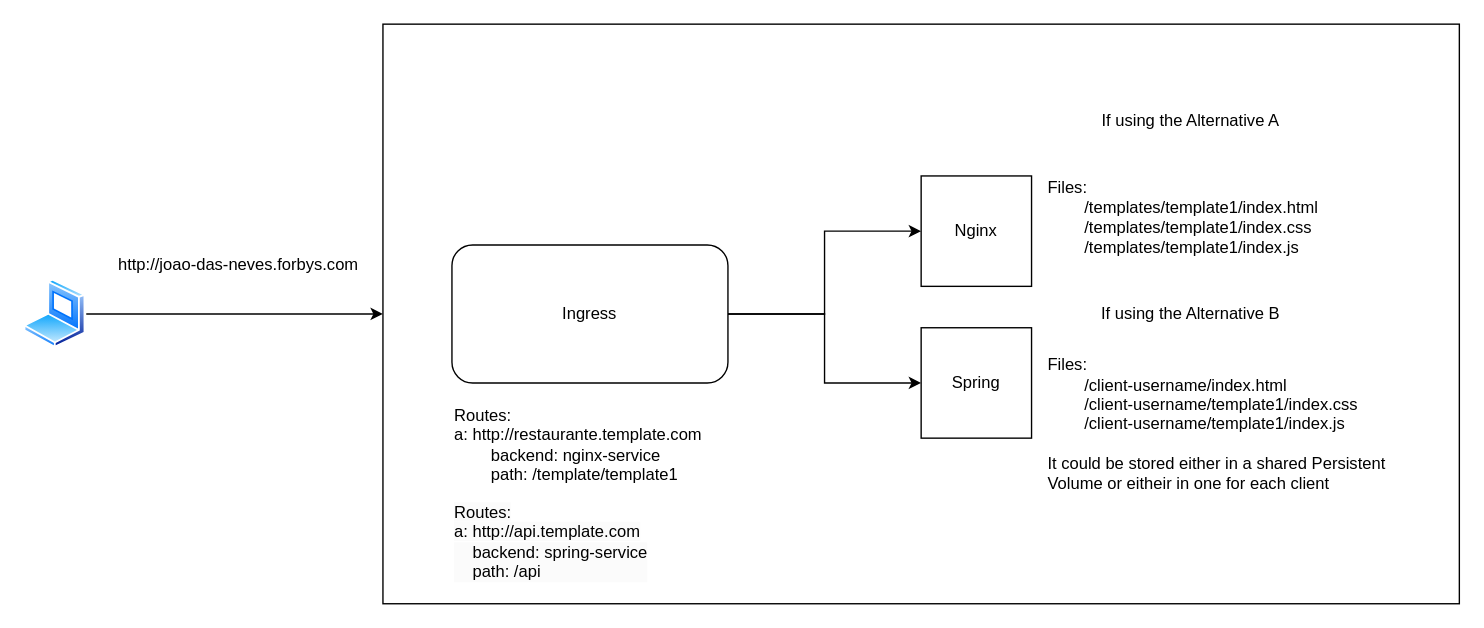
Odrakir1/forbys keeps this draw.io diagram as page "Pipeline" (4 of 4) of Diagrama sem nome.drawio. Above is the earlier version. Source tidied: cells renumbered, new cells numbered last; positions are measured from the earlier drawing's top-left corner, leaving out a move shared by most shapes. Both pictures are drawn from the tidied source at 138%, with x=0, y=0 at pixel (23, 23).
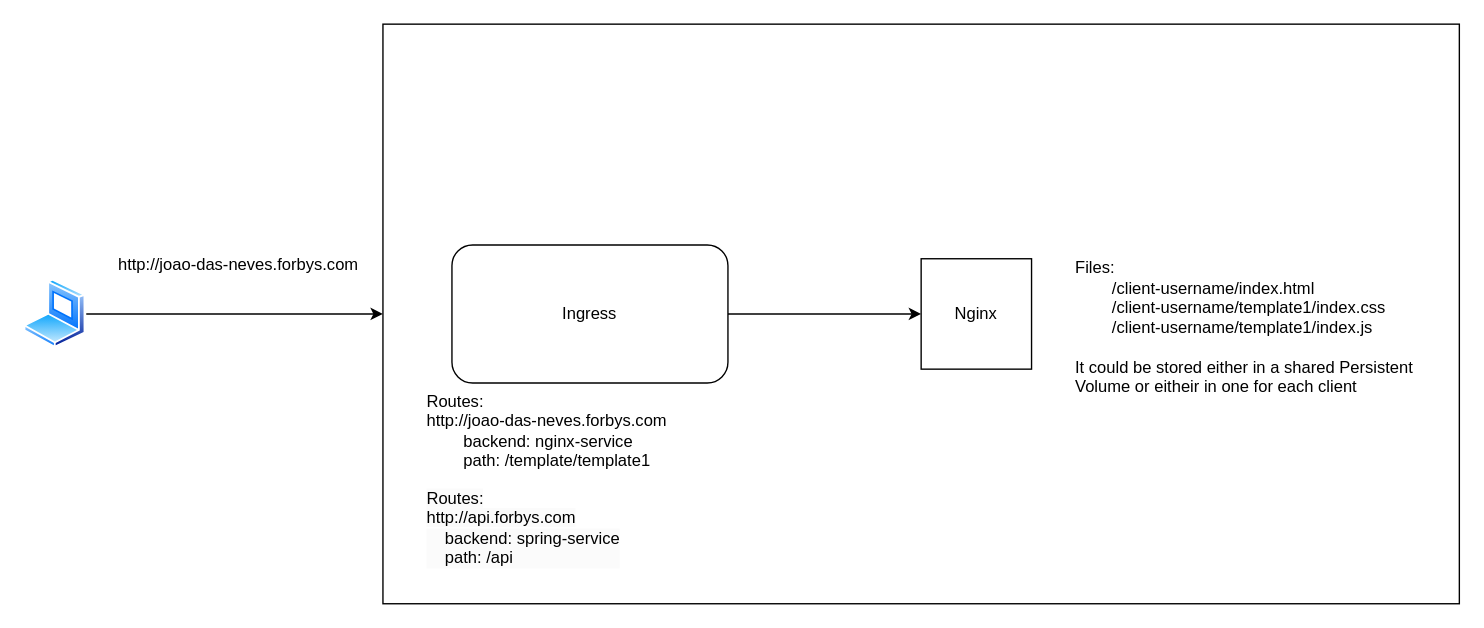
After the change.

Change to the diagram source:
```diff
@@
 <mxGraphModel>
   <root>
     <mxCell id="0" />
     <mxCell id="1" parent="0" />
     <mxCell id="2" style="edgeStyle=orthogonalEdgeStyle;rounded=0;jettySize=auto;html=1;" parent="1" edge="1" source="3" target="4">
       <mxGeometry relative="1" as="geometry" />
     </mxCell>
     <mxCell id="3" style="image;perimeter=ellipsePerimeter;html=1;align=center;shadow=0;dashed=0;spacingTop=3;image=img/lib/active_directory/laptop_client.svg;" parent="1" vertex="1">
       <mxGeometry y="185" width="45" height="50" as="geometry" />
     </mxCell>
     <mxCell id="4" style="rounded=0;whiteSpace=wrap;html=1;" parent="1" vertex="1">
       <mxGeometry x="260" width="780" height="420" as="geometry" />
     </mxCell>
     <mxCell id="5" style="edgeStyle=orthogonalEdgeStyle;rounded=0;jettySize=auto;html=1;entryX=0;entryY=0.5;entryDx=0;entryDy=0;" parent="1" edge="1" source="7" target="8">
       <mxGeometry relative="1" as="geometry" />
     </mxCell>
-    <mxCell id="6" style="edgeStyle=orthogonalEdgeStyle;rounded=0;jettySize=auto;html=1;entryX=0;entryY=0.5;entryDx=0;entryDy=0;" parent="1" edge="1" source="7" target="9">
-      <mxGeometry relative="1" as="geometry" />
-    </mxCell>
     <mxCell id="7" value="Ingress" style="rounded=1;whiteSpace=wrap;html=1;" parent="1" vertex="1">
       <mxGeometry x="310" y="160" width="200" height="100" as="geometry" />
     </mxCell>
     <mxCell id="8" value="Nginx" style="whiteSpace=wrap;html=1;" parent="1" vertex="1">
-      <mxGeometry x="650" y="110" width="80" height="80" as="geometry" />
+      <mxGeometry x="650" y="170" width="80" height="80" as="geometry" />
     </mxCell>
-    <mxCell id="9" value="Spring" style="whiteSpace=wrap;html=1;" parent="1" vertex="1">
-      <mxGeometry x="650" y="220" width="80" height="80" as="geometry" />
-    </mxCell>
     <mxCell id="10" value="http://joao-das-neves.forbys.com" style="text;html=1;align=center;verticalAlign=middle;strokeColor=none;fillColor=none;" parent="1" vertex="1">
       <mxGeometry x="55" y="160" width="200" height="30" as="geometry" />
     </mxCell>
-    <mxCell id="11" value="Routes:&lt;br&gt;a:&amp;nbsp;&lt;span style=&quot;text-wrap: nowrap;&quot;&gt;http://restaurante.template.com&lt;/span&gt;&lt;div&gt;&lt;span style=&quot;white-space: pre;&quot;&gt;&#9;&lt;/span&gt;backend: nginx-service&lt;br&gt;&lt;span style=&quot;white-space: pre;&quot;&gt;&#9;&lt;/span&gt;path: /template/template1&lt;br&gt;&lt;/div&gt;" style="text;html=1;align=left;verticalAlign=middle;whiteSpace=wrap;rounded=0;" parent="1" vertex="1">
-      <mxGeometry x="310" y="245" width="250" height="120" as="geometry" />
+    <mxCell id="11" value="Routes:&lt;br&gt;&lt;span style=&quot;text-wrap: nowrap;&quot;&gt;http://joao-das-neves.forbys.com&lt;/span&gt;&lt;div&gt;&lt;span style=&quot;white-space: pre;&quot;&gt;&#9;&lt;/span&gt;backend: nginx-service&lt;br&gt;&lt;span style=&quot;white-space: pre;&quot;&gt;&#9;&lt;/span&gt;path: /template/template1&lt;br&gt;&lt;/div&gt;" style="text;html=1;align=left;verticalAlign=middle;whiteSpace=wrap;rounded=0;" parent="1" vertex="1">
+      <mxGeometry x="290" y="235" width="250" height="120" as="geometry" />
     </mxCell>
-    <mxCell id="12" value="&lt;div&gt;Files:&lt;br&gt;&lt;span style=&quot;white-space: pre;&quot;&gt;&#9;&lt;/span&gt;/templates/template1/index.html&lt;br&gt;&lt;span style=&quot;white-space: pre;&quot;&gt;&#9;&lt;/span&gt;&lt;span style=&quot;background-color: initial; --darkreader-inline-bgcolor: initial;&quot;&gt;/templates/template1/index.css&lt;br&gt;&lt;/span&gt;&lt;span style=&quot;white-space: pre;&quot;&gt;&#9;&lt;/span&gt;&lt;span style=&quot;background-color: initial; --darkreader-inline-bgcolor: initial;&quot;&gt;/templates/template1/index.js&lt;/span&gt;&lt;br&gt;&lt;/div&gt;" style="text;html=1;align=left;verticalAlign=middle;whiteSpace=wrap;rounded=0;" parent="1" vertex="1">
-      <mxGeometry x="740" y="80" width="210" height="120" as="geometry" />
-    </mxCell>
-    <mxCell id="13" value="&lt;span style=&quot;color: rgb(0, 0, 0); font-family: Helvetica; font-size: 12px; font-style: normal; font-variant-ligatures: normal; font-variant-caps: normal; font-weight: 400; letter-spacing: normal; orphans: 2; text-align: left; text-indent: 0px; text-transform: none; widows: 2; word-spacing: 0px; -webkit-text-stroke-width: 0px; white-space: normal; background-color: rgb(251, 251, 251); text-decoration-thickness: initial; text-decoration-style: initial; text-decoration-color: initial; float: none; --darkreader-inline-color: #e8e6e3; --darkreader-inline-bgcolor: #1a1c1e; display: inline !important;&quot;&gt;Routes:&lt;/span&gt;&lt;br style=&quot;color: rgb(0, 0, 0); font-family: Helvetica; font-size: 12px; font-style: normal; font-variant-ligatures: normal; font-variant-caps: normal; font-weight: 400; letter-spacing: normal; orphans: 2; text-align: left; text-indent: 0px; text-transform: none; widows: 2; word-spacing: 0px; -webkit-text-stroke-width: 0px; white-space: normal; background-color: rgb(251, 251, 251); text-decoration-thickness: initial; text-decoration-style: initial; text-decoration-color: initial; --darkreader-inline-color: #e8e6e3; --darkreader-inline-bgcolor: #1a1c1e;&quot;&gt;&lt;span style=&quot;color: rgb(0, 0, 0); font-family: Helvetica; font-size: 12px; font-style: normal; font-variant-ligatures: normal; font-variant-caps: normal; font-weight: 400; letter-spacing: normal; orphans: 2; text-align: left; text-indent: 0px; text-transform: none; widows: 2; word-spacing: 0px; -webkit-text-stroke-width: 0px; white-space: normal; background-color: rgb(251, 251, 251); text-decoration-thickness: initial; text-decoration-style: initial; text-decoration-color: initial; float: none; --darkreader-inline-color: #e8e6e3; --darkreader-inline-bgcolor: #1a1c1e; display: inline !important;&quot;&gt;a:&amp;nbsp;&lt;/span&gt;&lt;span style=&quot;color: rgb(0, 0, 0); font-family: Helvetica; font-size: 12px; font-style: normal; font-variant-ligatures: normal; font-variant-caps: normal; font-weight: 400; letter-spacing: normal; orphans: 2; text-align: left; text-indent: 0px; text-transform: none; widows: 2; word-spacing: 0px; -webkit-text-stroke-width: 0px; white-space: nowrap; background-color: rgb(251, 251, 251); text-decoration-thickness: initial; text-decoration-style: initial; text-decoration-color: initial; --darkreader-inline-color: #e8e6e3; --darkreader-inline-bgcolor: #1a1c1e;&quot;&gt;http://api.template.com&lt;/span&gt;&lt;div style=&quot;color: rgb(0, 0, 0); font-family: Helvetica; font-size: 12px; font-style: normal; font-variant-ligatures: normal; font-variant-caps: normal; font-weight: 400; letter-spacing: normal; orphans: 2; text-align: left; text-indent: 0px; text-transform: none; widows: 2; word-spacing: 0px; -webkit-text-stroke-width: 0px; white-space: normal; background-color: rgb(251, 251, 251); text-decoration-thickness: initial; text-decoration-style: initial; text-decoration-color: initial; --darkreader-inline-color: #e8e6e3; --darkreader-inline-bgcolor: #1a1c1e;&quot;&gt;&lt;span style=&quot;white-space: pre;&quot;&gt;&lt;span style=&quot;white-space: pre;&quot;&gt;&amp;nbsp;&amp;nbsp;&amp;nbsp;&amp;nbsp;&lt;/span&gt;&lt;/span&gt;backend: spring-service&lt;br&gt;&lt;span style=&quot;white-space: pre;&quot;&gt;&lt;span style=&quot;white-space: pre;&quot;&gt;&amp;nbsp;&amp;nbsp;&amp;nbsp;&amp;nbsp;&lt;/span&gt;&lt;/span&gt;path: /api&lt;/div&gt;" style="text;whiteSpace=wrap;html=1;" parent="1" vertex="1">
-      <mxGeometry x="310" y="340" width="210" height="80" as="geometry" />
+    <mxCell id="13" value="&lt;span style=&quot;color: rgb(0, 0, 0); font-family: Helvetica; font-size: 12px; font-style: normal; font-variant-ligatures: normal; font-variant-caps: normal; font-weight: 400; letter-spacing: normal; orphans: 2; text-align: left; text-indent: 0px; text-transform: none; widows: 2; word-spacing: 0px; -webkit-text-stroke-width: 0px; white-space: normal; background-color: rgb(251, 251, 251); text-decoration-thickness: initial; text-decoration-style: initial; text-decoration-color: initial; float: none; --darkreader-inline-color: #e8e6e3; --darkreader-inline-bgcolor: #1a1c1e; display: inline !important;&quot;&gt;Routes:&lt;/span&gt;&lt;br style=&quot;color: rgb(0, 0, 0); font-family: Helvetica; font-size: 12px; font-style: normal; font-variant-ligatures: normal; font-variant-caps: normal; font-weight: 400; letter-spacing: normal; orphans: 2; text-align: left; text-indent: 0px; text-transform: none; widows: 2; word-spacing: 0px; -webkit-text-stroke-width: 0px; white-space: normal; background-color: rgb(251, 251, 251); text-decoration-thickness: initial; text-decoration-style: initial; text-decoration-color: initial; --darkreader-inline-color: #e8e6e3; --darkreader-inline-bgcolor: #1a1c1e;&quot;&gt;&lt;span style=&quot;color: rgb(0, 0, 0); font-family: Helvetica; font-size: 12px; font-style: normal; font-variant-ligatures: normal; font-variant-caps: normal; font-weight: 400; letter-spacing: normal; orphans: 2; text-align: left; text-indent: 0px; text-transform: none; widows: 2; word-spacing: 0px; -webkit-text-stroke-width: 0px; white-space: nowrap; background-color: rgb(251, 251, 251); text-decoration-thickness: initial; text-decoration-style: initial; text-decoration-color: initial; --darkreader-inline-color: #e8e6e3; --darkreader-inline-bgcolor: #1a1c1e;&quot;&gt;http://api.forbys.com&lt;/span&gt;&lt;div style=&quot;color: rgb(0, 0, 0); font-family: Helvetica; font-size: 12px; font-style: normal; font-variant-ligatures: normal; font-variant-caps: normal; font-weight: 400; letter-spacing: normal; orphans: 2; text-align: left; text-indent: 0px; text-transform: none; widows: 2; word-spacing: 0px; -webkit-text-stroke-width: 0px; white-space: normal; background-color: rgb(251, 251, 251); text-decoration-thickness: initial; text-decoration-style: initial; text-decoration-color: initial; --darkreader-inline-color: #e8e6e3; --darkreader-inline-bgcolor: #1a1c1e;&quot;&gt;&lt;span style=&quot;white-space: pre;&quot;&gt;&lt;span style=&quot;white-space: pre;&quot;&gt;&amp;nbsp;&amp;nbsp;&amp;nbsp;&amp;nbsp;&lt;/span&gt;&lt;/span&gt;backend: spring-service&lt;br&gt;&lt;span style=&quot;white-space: pre;&quot;&gt;&lt;span style=&quot;white-space: pre;&quot;&gt;&amp;nbsp;&amp;nbsp;&amp;nbsp;&amp;nbsp;&lt;/span&gt;&lt;/span&gt;path: /api&lt;/div&gt;" style="text;whiteSpace=wrap;html=1;" parent="1" vertex="1">
+      <mxGeometry x="290" y="330" width="210" height="80" as="geometry" />
     </mxCell>
-    <mxCell id="14" value="If using the Alternative A" style="text;html=1;align=center;verticalAlign=middle;whiteSpace=wrap;rounded=0;" parent="1" vertex="1">
-      <mxGeometry x="772.5" y="50" width="145" height="40" as="geometry" />
-    </mxCell>
-    <mxCell id="15" value="If using the Alternative B" style="text;html=1;align=center;verticalAlign=middle;whiteSpace=wrap;rounded=0;" parent="1" vertex="1">
-      <mxGeometry x="772.5" y="190" width="145" height="40" as="geometry" />
-    </mxCell>
     <mxCell id="16" value="&lt;div&gt;Files:&lt;br&gt;&lt;span style=&quot;white-space: pre;&quot;&gt;&#9;&lt;/span&gt;/client-username/index.html&lt;br&gt;&lt;span style=&quot;white-space: pre;&quot;&gt;&#9;&lt;/span&gt;&lt;span style=&quot;background-color: initial; color: rgb(0, 0, 0); --darkreader-inline-bgcolor: initial; --darkreader-inline-color: #e8e6e3;&quot;&gt;/client-username&lt;/span&gt;&lt;span style=&quot;background-color: initial; color: rgb(0, 0, 0); --darkreader-inline-bgcolor: initial; --darkreader-inline-color: #e8e6e3;&quot;&gt;/template1/index.css&lt;/span&gt;&lt;/div&gt;&lt;div&gt;&lt;span style=&quot;white-space: pre;&quot;&gt;&#9;&lt;/span&gt;&lt;span style=&quot;background-color: initial; color: rgb(0, 0, 0); --darkreader-inline-bgcolor: initial; --darkreader-inline-color: #e8e6e3;&quot;&gt;/client-username&lt;/span&gt;&lt;span style=&quot;background-color: initial; color: rgb(0, 0, 0); --darkreader-inline-bgcolor: initial; --darkreader-inline-color: #e8e6e3;&quot;&gt;/template1/index.js&lt;/span&gt;&lt;/div&gt;&lt;div&gt;&lt;span style=&quot;background-color: initial; color: rgb(0, 0, 0); --darkreader-inline-bgcolor: initial; --darkreader-inline-color: #e8e6e3;&quot;&gt;&lt;br&gt;It could be stored either in a shared Persistent Volume or eitheir in one for each client&lt;/span&gt;&lt;/div&gt;" style="text;html=1;align=left;verticalAlign=middle;whiteSpace=wrap;rounded=0;" parent="1" vertex="1">
-      <mxGeometry x="740" y="230" width="270" height="120" as="geometry" />
+      <mxGeometry x="760" y="160" width="270" height="120" as="geometry" />
     </mxCell>
   </root>
 </mxGraphModel>
```
